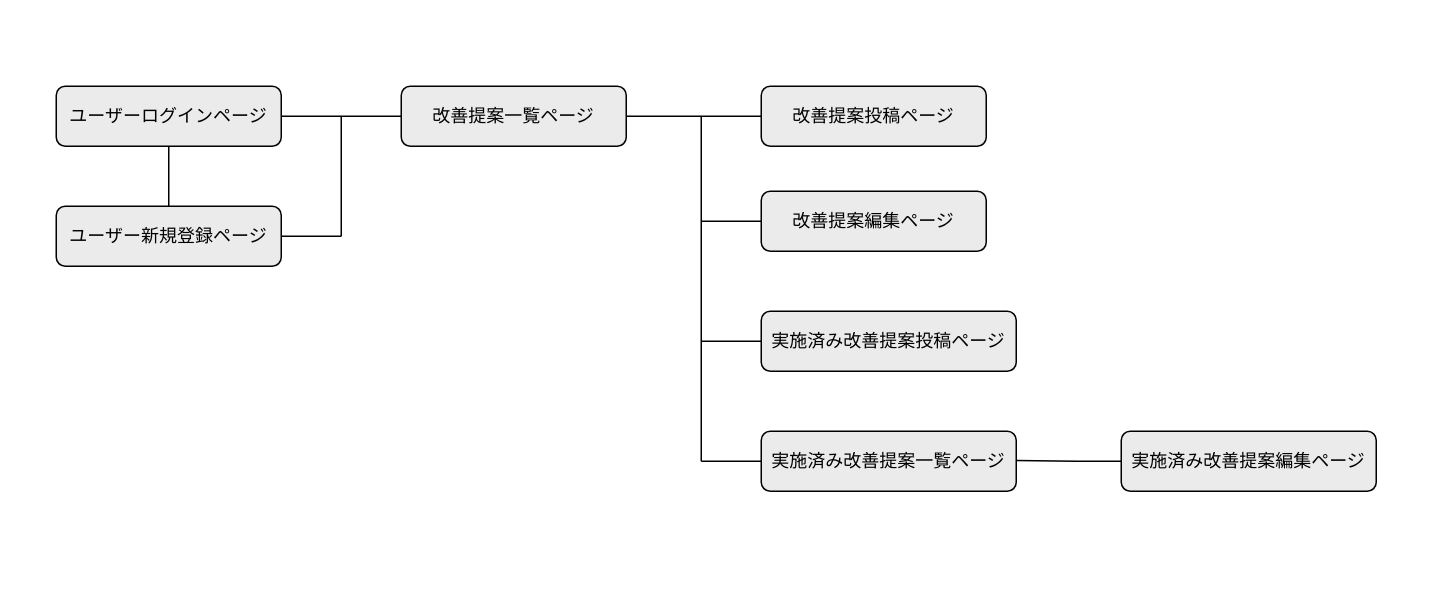
Earlier version of the draw.io diagram page "画面遷移図" (1 of 3) of ER.dio (tanaka0s/kaizen_app). Source tidied: cells renumbered, new cells numbered last; positions are measured from the earlier drawing's top-left corner, leaving out a move shared by most shapes. Both pictures are drawn from the tidied source at 150%, with x=0, y=0 at pixel (26, 26).
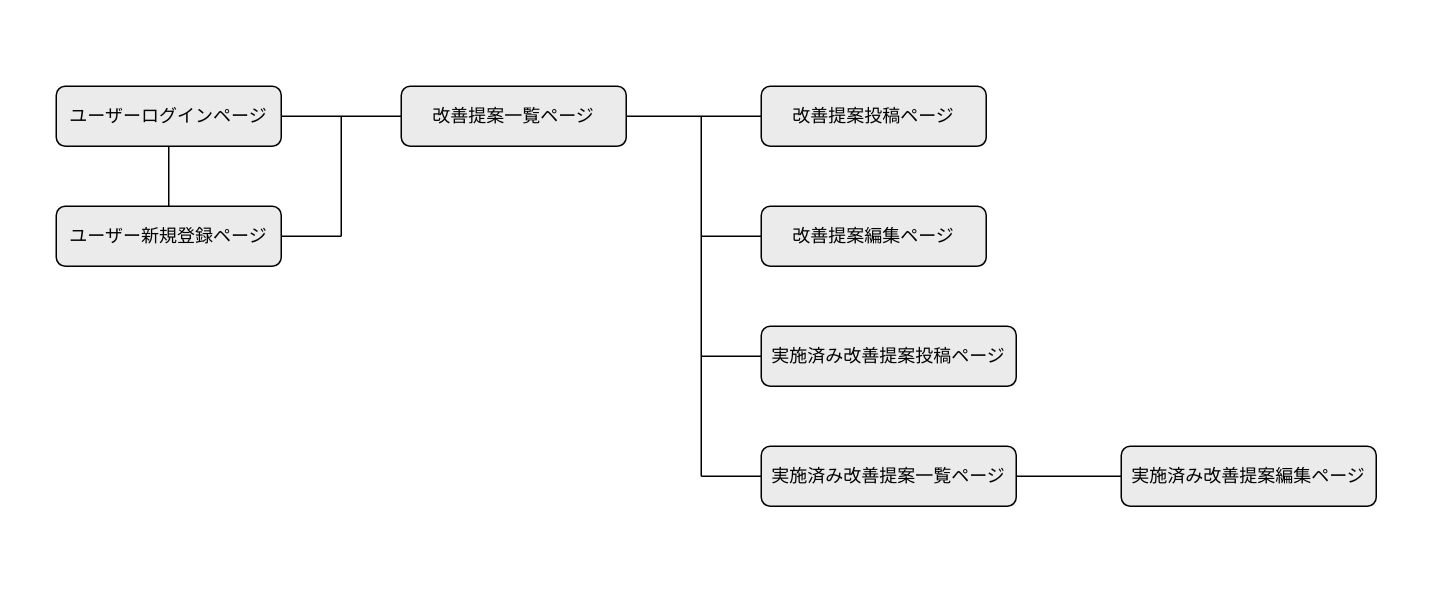
Above is the later version.

Change to the diagram source:
```diff
@@
     <mxCell id="6" value="&lt;font color=&quot;#000000&quot; style=&quot;font-size: 12px;&quot;&gt;実施済み改善提案一覧ページ&lt;/font&gt;" style="rounded=1;whiteSpace=wrap;html=1;labelBackgroundColor=none;strokeColor=default;fillColor=#EBEBEB;fontSize=12;" parent="1" vertex="1">
-      <mxGeometry x="490" y="270" width="170" height="40" as="geometry" />
+      <mxGeometry x="490" y="280" width="170" height="40" as="geometry" />
     </mxCell>
@@
     <mxCell id="8" value="&lt;font color=&quot;#000000&quot; style=&quot;font-size: 12px;&quot;&gt;改善提案編集ページ&lt;/font&gt;" style="rounded=1;whiteSpace=wrap;html=1;labelBackgroundColor=none;strokeColor=default;fillColor=#EBEBEB;fontSize=12;" parent="1" vertex="1">
-      <mxGeometry x="490" y="110" width="150" height="40" as="geometry" />
+      <mxGeometry x="490" y="120" width="150" height="40" as="geometry" />
     </mxCell>
     <mxCell id="9" value="&lt;font color=&quot;#000000&quot; style=&quot;font-size: 12px;&quot;&gt;実施済み改善提案投稿ページ&lt;/font&gt;" style="rounded=1;whiteSpace=wrap;html=1;labelBackgroundColor=none;strokeColor=default;fillColor=#EBEBEB;fontSize=12;gradientColor=none;" parent="1" vertex="1">
-      <mxGeometry x="490" y="190" width="170" height="40" as="geometry" />
+      <mxGeometry x="490" y="200" width="170" height="40" as="geometry" />
     </mxCell>
     <mxCell id="10" value="&lt;font color=&quot;#000000&quot; style=&quot;font-size: 12px;&quot;&gt;実施済み改善提案編集ページ&lt;/font&gt;" style="rounded=1;whiteSpace=wrap;html=1;labelBackgroundColor=none;strokeColor=default;fillColor=#EBEBEB;fontSize=12;" parent="1" vertex="1">
-      <mxGeometry x="730" y="270" width="170" height="40" as="geometry" />
+      <mxGeometry x="730" y="280" width="170" height="40" as="geometry" />
     </mxCell>
@@
     <mxCell id="13" value="Text" style="text;align=center;verticalAlign=middle;strokeColor=none;fillColor=none;fontColor=none;gradientColor=none;strokeWidth=0;noLabel=1;labelBorderColor=default;" parent="1" vertex="1">
-      <mxGeometry x="890" y="330" width="40" height="20" as="geometry" />
+      <mxGeometry x="880" y="340" width="40" height="20" as="geometry" />
     </mxCell>
@@
     <mxCell id="18" style="endArrow=none;html=1;rounded=0;fontSize=13;fontColor=#000000;strokeColor=#000000;strokeWidth=1;" parent="1" edge="1">
       <mxGeometry relative="1" as="geometry">
-        <mxPoint x="450" y="290" as="sourcePoint" />
+        <mxPoint x="450" y="300" as="sourcePoint" />
         <mxPoint x="450" y="60" as="targetPoint" />
       </mxGeometry>
     </mxCell>
     <mxCell id="19" style="endArrow=none;html=1;rounded=0;fontSize=13;fontColor=#000000;strokeColor=#000000;strokeWidth=1;exitX=0;exitY=0.5;exitDx=0;exitDy=0;" parent="1" edge="1" source="6">
       <mxGeometry relative="1" as="geometry">
-        <mxPoint x="450" y="290" as="targetPoint" />
+        <mxPoint x="450" y="300" as="targetPoint" />
       </mxGeometry>
     </mxCell>
     <mxCell id="20" style="endArrow=none;html=1;rounded=0;fontSize=13;fontColor=#000000;strokeColor=#000000;strokeWidth=1;exitX=0;exitY=0.5;exitDx=0;exitDy=0;" parent="1" edge="1" source="9">
       <mxGeometry relative="1" as="geometry">
-        <mxPoint x="450" y="210" as="targetPoint" />
+        <mxPoint x="450" y="220" as="targetPoint" />
       </mxGeometry>
     </mxCell>
     <mxCell id="21" style="endArrow=none;html=1;rounded=0;fontSize=13;fontColor=#000000;strokeColor=#000000;strokeWidth=1;exitX=0;exitY=0.5;exitDx=0;exitDy=0;exitPerimeter=0;" parent="1" edge="1" source="8">
       <mxGeometry relative="1" as="geometry">
-        <mxPoint x="450" y="130" as="targetPoint" />
+        <mxPoint x="450" y="140" as="targetPoint" />
       </mxGeometry>
     </mxCell>
-    <mxCell id="22" style="endArrow=none;html=1;rounded=0;fontSize=13;fontColor=#000000;strokeColor=#000000;strokeWidth=1;" parent="1" edge="1">
-      <mxGeometry relative="1" as="geometry">
-        <mxPoint x="730" y="290" as="sourcePoint" />
-        <mxPoint x="660" y="289.5" as="targetPoint" />
-        <Array as="points">
-          <mxPoint x="700" y="290" />
-        </Array>
-      </mxGeometry>
+    <mxCell id="22" style="endArrow=none;html=1;rounded=0;fontSize=13;fontColor=#000000;strokeColor=#000000;strokeWidth=1;entryX=1;entryY=0.5;entryDx=0;entryDy=0;exitX=0;exitY=0.5;exitDx=0;exitDy=0;" parent="1" edge="1" source="10" target="6">
+      <mxGeometry relative="1" as="geometry" />
     </mxCell>
```
